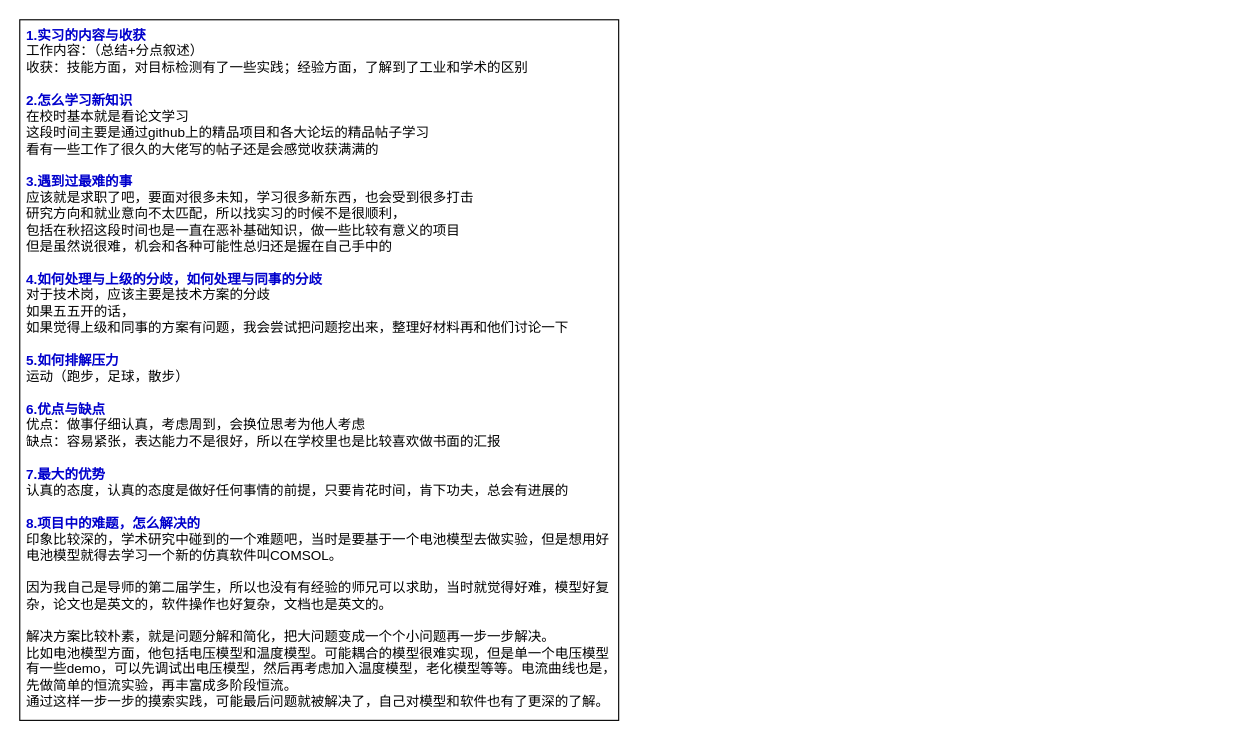
The draw.io diagram HR面试.drawio in limpid-11/drawio, before the edit. Source tidied: cells renumbered, new cells numbered last; positions are measured from the earlier drawing's top-left corner, leaving out a move shared by most shapes. Both pictures are drawn from the tidied source at 113%, with x=0, y=0 at pixel (19, 19).
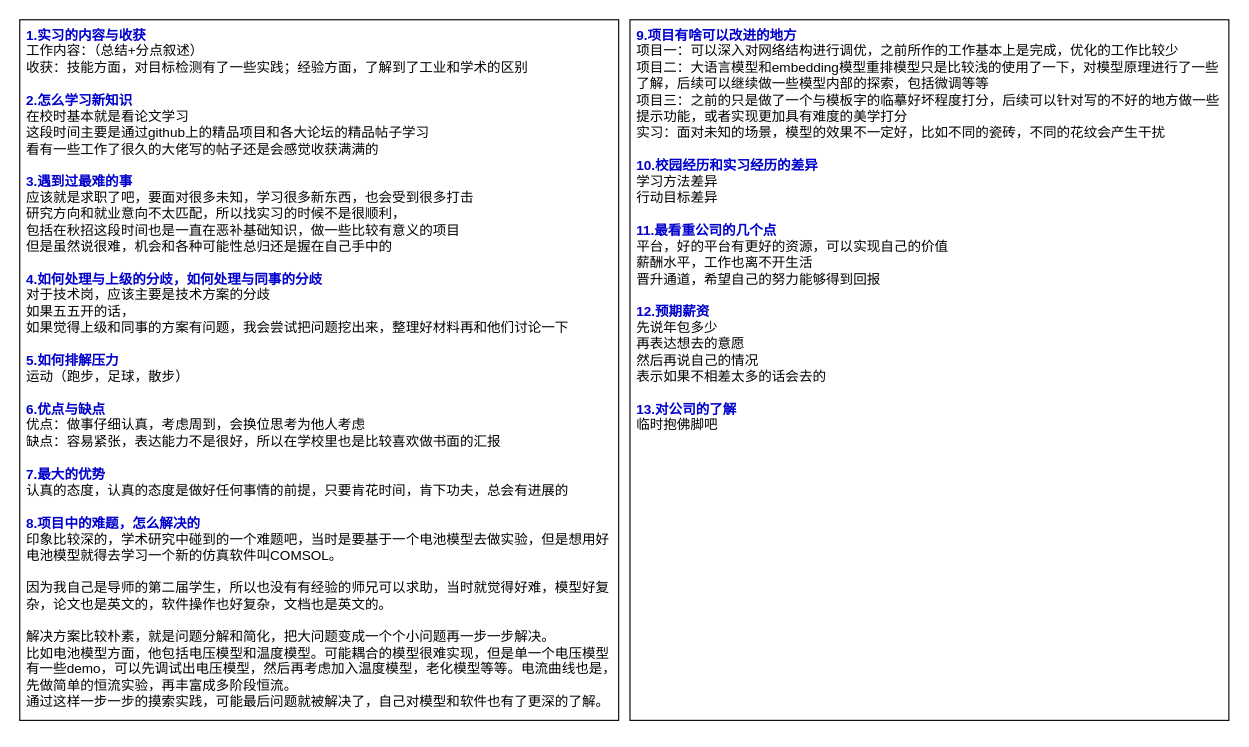
The same page after the edit.

What changed in the source:
```diff
@@
 <mxGraphModel>
   <root>
     <mxCell id="0" />
     <mxCell id="1" parent="0" />
     <mxCell id="2" value="&lt;font color=&quot;#0000cc&quot;&gt;&lt;b&gt;1.实习的内容与收获&lt;/b&gt;&lt;/font&gt;&lt;div&gt;工作内容：（总结+分点叙述）&lt;/div&gt;&lt;div&gt;收获：&lt;span style=&quot;background-color: initial;&quot;&gt;技能方面，对目标检测有了一些实践；&lt;/span&gt;&lt;span style=&quot;background-color: initial;&quot;&gt;经验方面，了解到了工业和学术的区别&lt;/span&gt;&lt;/div&gt;&lt;div&gt;&lt;br&gt;&lt;/div&gt;&lt;div&gt;&lt;font color=&quot;#0000cc&quot;&gt;&lt;b&gt;2.怎么学习新知识&lt;/b&gt;&lt;/font&gt;&lt;/div&gt;&lt;div&gt;在校时基本就是看论文学习&lt;/div&gt;&lt;div&gt;这段时间主要是通过github上的精品项目和各大论坛的精品帖子学习&lt;/div&gt;&lt;div&gt;看有一些工作了很久的大佬写的帖子还是会感觉收获满满的&lt;/div&gt;&lt;div&gt;&lt;br&gt;&lt;/div&gt;&lt;div&gt;&lt;font color=&quot;#0000cc&quot;&gt;&lt;b&gt;3.遇到过最难的事&lt;/b&gt;&lt;/font&gt;&lt;/div&gt;&lt;div&gt;应该就是求职了吧，要面对很多未知，学习很多新东西，也会受到很多打击&lt;/div&gt;&lt;div&gt;研究方向和就业意向不太匹配，所以找实习的时候不是很顺利，&lt;/div&gt;&lt;div&gt;包括在秋招这段时间也是一直在恶补基础知识，做一些比较有意义的项目&lt;/div&gt;&lt;div&gt;但是虽然说很难，机会和各种可能性总归还是握在自己手中的&lt;/div&gt;&lt;div&gt;&lt;br&gt;&lt;/div&gt;&lt;div&gt;&lt;font color=&quot;#0000cc&quot;&gt;&lt;b&gt;4.如何处理与上级的分歧，如何处理与同事的分歧&lt;/b&gt;&lt;/font&gt;&lt;/div&gt;&lt;div&gt;对于技术岗，应该主要是技术方案的分歧&lt;/div&gt;&lt;div&gt;如果五五开的话，&lt;/div&gt;&lt;div&gt;如果觉得上级和同事的方案有问题，我会尝试把问题挖出来，整理好材料再和他们讨论一下&lt;/div&gt;&lt;div&gt;&lt;br&gt;&lt;/div&gt;&lt;div&gt;&lt;font color=&quot;#0000cc&quot;&gt;&lt;b&gt;5.如何排解压力&lt;/b&gt;&lt;/font&gt;&lt;/div&gt;&lt;div&gt;运动（跑步，足球，散步）&lt;/div&gt;&lt;div&gt;&lt;br&gt;&lt;/div&gt;&lt;div&gt;&lt;font color=&quot;#0000cc&quot;&gt;&lt;b&gt;6.优点与缺点&lt;/b&gt;&lt;/font&gt;&lt;/div&gt;&lt;div&gt;优点：做事仔细认真，考虑周到，会换位思考为他人考虑&lt;/div&gt;&lt;div&gt;缺点：容易紧张，表达能力不是很好，所以在学校里也是比较喜欢做书面的汇报&lt;/div&gt;&lt;div&gt;&lt;br&gt;&lt;/div&gt;&lt;div&gt;&lt;font color=&quot;#0000cc&quot;&gt;&lt;b&gt;7.最大的优势&lt;/b&gt;&lt;/font&gt;&lt;/div&gt;&lt;div&gt;认真的态度，认真的态度是做好任何事情的前提，只要肯花时间，肯下功夫，总会有进展的&lt;/div&gt;&lt;div&gt;&lt;br&gt;&lt;/div&gt;&lt;div&gt;&lt;font color=&quot;#0000cc&quot;&gt;&lt;b&gt;8.项目中的难题，怎么解决的&lt;/b&gt;&lt;/font&gt;&lt;/div&gt;&lt;div&gt;印象比较深的，学术研究中碰到的一个难题吧，当时是要基于一个电池模型去做实验，但是想用好电池模型就得去学习一个新的仿真软件叫COMSOL。&lt;/div&gt;&lt;div&gt;&lt;br&gt;&lt;/div&gt;&lt;div&gt;因为我自己是导师的第二届学生，所以也没有有经验的师兄可以求助，当时就觉得好难，模型好复杂，论文也是英文的，软件操作也好复杂，文档也是英文的。&lt;/div&gt;&lt;div&gt;&lt;br&gt;&lt;/div&gt;&lt;div&gt;解决方案比较朴素，就是问题分解和简化，把大问题变成一个个小问题再一步一步解决。&lt;/div&gt;&lt;div&gt;比如电池模型方面，他包括电压模型和温度模型。可能耦合的模型很难实现，但是单一个电压模型有一些demo，可以先调试出电压模型，然后再考虑加入温度模型，老化模型等等。电流曲线也是，先做简单的恒流实验，再丰富成多阶段恒流。&lt;/div&gt;&lt;div&gt;通过这样一步一步的摸索实践，可能最后问题就被解决了，自己对模型和软件也有了更深的了解。&lt;/div&gt;&lt;div&gt;&lt;br&gt;&lt;/div&gt;" style="rounded=0;whiteSpace=wrap;html=1;align=left;verticalAlign=top;spacingLeft=4;" parent="1" vertex="1">
       <mxGeometry width="530" height="620" as="geometry" />
     </mxCell>
+    <mxCell id="3" value="&lt;font color=&quot;#0000cc&quot;&gt;&lt;b&gt;9.项目有啥可以改进的地方&lt;/b&gt;&lt;/font&gt;&lt;div&gt;项目一：可以深入对网络结构进行调优，之前所作的工作基本上是完成，优化的工作比较少&lt;/div&gt;&lt;div&gt;项目二：大语言模型和embedding模型重排模型只是比较浅的使用了一下，对模型原理进行了一些了解，后续可以继续做一些模型内部的探索，包括微调等等&lt;/div&gt;&lt;div&gt;项目三：之前的只是做了一个与模板字的临摹好坏程度打分，后续可以针对写的不好的地方做一些提示功能，或者实现更加具有难度的美学打分&lt;/div&gt;&lt;div&gt;实习：面对未知的场景，模型的效果不一定好，比如不同的瓷砖，不同的花纹会产生干扰&lt;/div&gt;&lt;div&gt;&lt;span style=&quot;background-color: initial;&quot;&gt;&lt;br&gt;&lt;/span&gt;&lt;/div&gt;&lt;div&gt;&lt;b style=&quot;color: rgb(0, 0, 204);&quot;&gt;10.校园经历和实习经历的差异&lt;/b&gt;&lt;/div&gt;&lt;div&gt;学习方法差异&lt;/div&gt;&lt;div&gt;行动目标差异&lt;/div&gt;&lt;div&gt;&lt;br&gt;&lt;/div&gt;&lt;div&gt;&lt;b style=&quot;color: rgb(0, 0, 204);&quot;&gt;11.最看重公司的几个点&lt;/b&gt;&lt;br&gt;&lt;/div&gt;&lt;div&gt;平台，好的平台有更好的资源，可以实现自己的价值&lt;br&gt;&lt;/div&gt;&lt;div&gt;薪酬水平，工作也离不开生活&lt;/div&gt;&lt;div&gt;晋升通道，希望自己的努力能够得到回报&lt;/div&gt;&lt;div&gt;&lt;br&gt;&lt;/div&gt;&lt;div&gt;&lt;b style=&quot;color: rgb(0, 0, 204);&quot;&gt;12.预期薪资&lt;/b&gt;&lt;br&gt;&lt;/div&gt;&lt;div&gt;先说年包多少&lt;/div&gt;&lt;div&gt;再表达想去的意愿&lt;/div&gt;&lt;div&gt;然后再说自己的情况&lt;/div&gt;&lt;div&gt;表示如果不相差太多的话&lt;span style=&quot;background-color: initial;&quot;&gt;会去的&lt;/span&gt;&lt;/div&gt;&lt;div&gt;&lt;span style=&quot;background-color: initial;&quot;&gt;&lt;br&gt;&lt;/span&gt;&lt;/div&gt;&lt;div&gt;&lt;b style=&quot;color: rgb(0, 0, 204);&quot;&gt;13.对公司的了解&lt;/b&gt;&lt;span style=&quot;background-color: initial;&quot;&gt;&lt;br&gt;&lt;/span&gt;&lt;/div&gt;&lt;div&gt;临时抱佛脚吧&lt;b style=&quot;color: rgb(0, 0, 204);&quot;&gt;&lt;br&gt;&lt;/b&gt;&lt;/div&gt;" style="rounded=0;whiteSpace=wrap;html=1;align=left;verticalAlign=top;spacingLeft=4;" parent="1" vertex="1">
+      <mxGeometry x="540" width="530" height="620" as="geometry" />
+    </mxCell>
   </root>
 </mxGraphModel>
```
